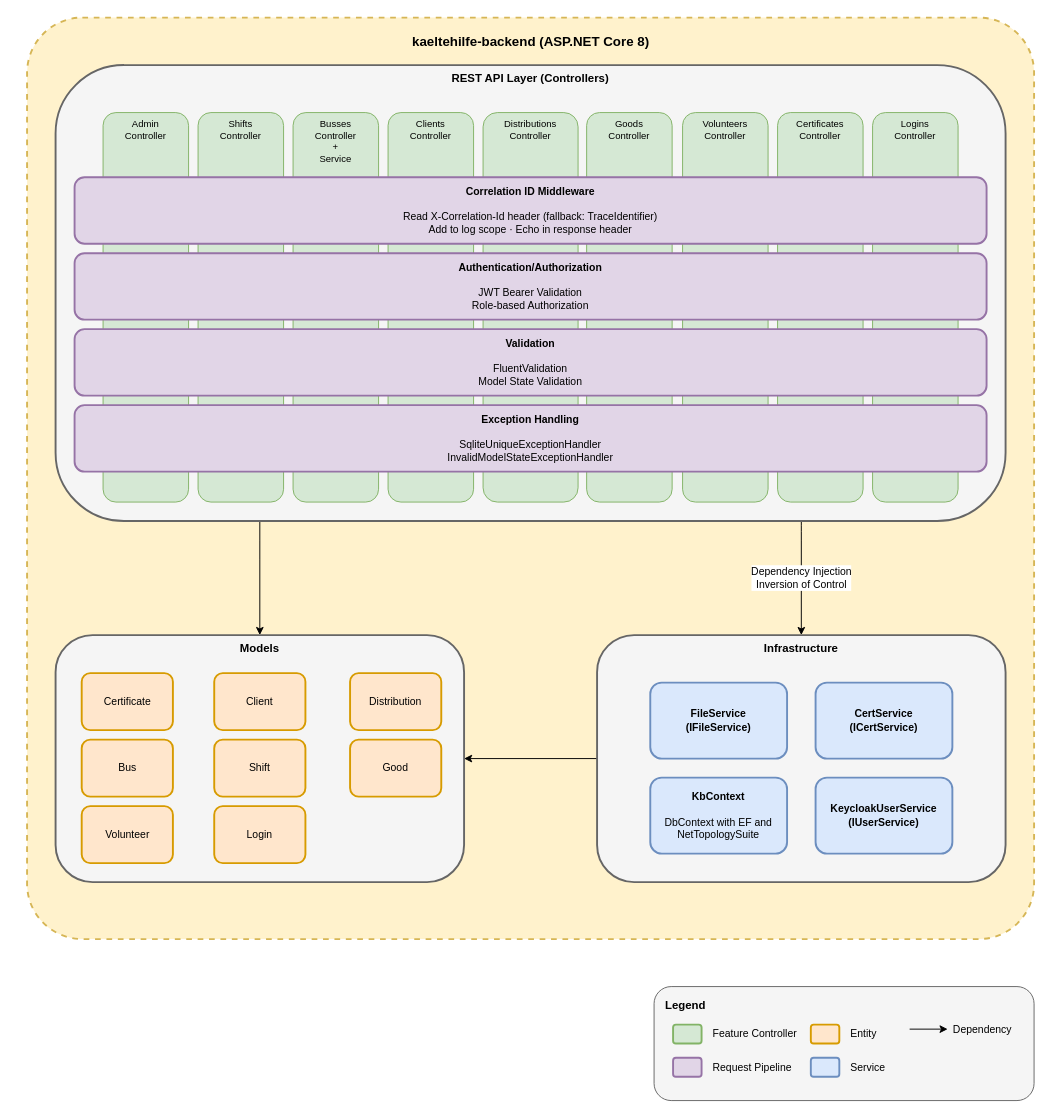
This is docs/img/architecture/4_whitebox_backend.drawio from Businesskasper/kaeltehilfe, a draw.io file, before an edit. Source tidied: cells renumbered, new cells numbered last; positions are measured from the earlier drawing's top-left corner, leaving out a move shared by most shapes. Both pictures are drawn from the tidied source at 95%, with x=0, y=0 at pixel (27, 17).
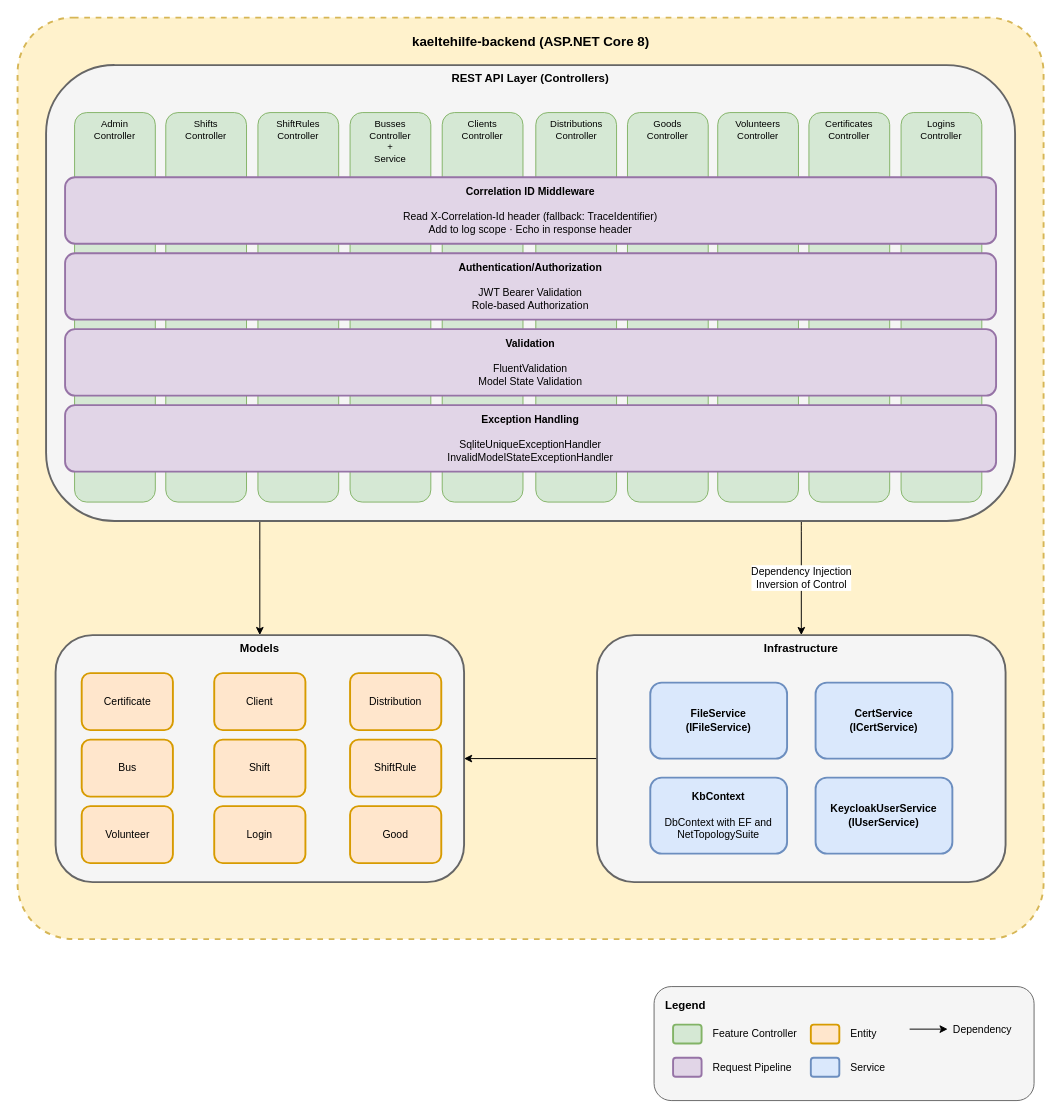
The same diagram, later.

The edit, as a diff of the source:
```diff
@@
     <mxCell id="2" style="rounded=1;whiteSpace=wrap;html=1;fillColor=#fff2cc;strokeColor=#d6b656;strokeWidth=2;dashed=1;arcSize=6;" parent="1" vertex="1">
-      <mxGeometry width="1060" height="970" as="geometry" />
+      <mxGeometry x="-10" width="1080" height="970" as="geometry" />
     </mxCell>
@@
     <mxCell id="6" value="&lt;b&gt;REST API Layer (Controllers)&lt;/b&gt;" style="rounded=1;whiteSpace=wrap;html=1;fillColor=#f5f5f5;strokeColor=#666666;strokeWidth=2;fontSize=12;verticalAlign=top;" parent="1" vertex="1">
-      <mxGeometry x="30" y="50" width="1000" height="480" as="geometry" />
+      <mxGeometry x="20" y="50" width="1020" height="480" as="geometry" />
     </mxCell>
     <mxCell id="7" value="Admin&lt;br&gt;Controller" style="rounded=1;whiteSpace=wrap;html=1;fillColor=#d5e8d4;strokeColor=#82b366;fontSize=10;verticalAlign=top;" parent="1" vertex="1">
-      <mxGeometry x="80" y="100" width="90" height="410" as="geometry" />
+      <mxGeometry x="50" y="100" width="85" height="410" as="geometry" />
     </mxCell>
     <mxCell id="8" value="Shifts&lt;br&gt;Controller" style="rounded=1;whiteSpace=wrap;html=1;fillColor=#d5e8d4;strokeColor=#82b366;fontSize=10;verticalAlign=top;" parent="1" vertex="1">
-      <mxGeometry x="180" y="100" width="90" height="410" as="geometry" />
+      <mxGeometry x="146" y="100" width="85" height="410" as="geometry" />
     </mxCell>
     <mxCell id="9" value="Busses&lt;br&gt;Controller&lt;br&gt;+&lt;br&gt;Service" style="rounded=1;whiteSpace=wrap;html=1;fillColor=#d5e8d4;strokeColor=#82b366;fontSize=10;verticalAlign=top;" parent="1" vertex="1">
-      <mxGeometry x="280" y="100" width="90" height="410" as="geometry" />
+      <mxGeometry x="340" y="100" width="85" height="410" as="geometry" />
     </mxCell>
     <mxCell id="10" value="Clients&lt;br&gt;Controller" style="rounded=1;whiteSpace=wrap;html=1;fillColor=#d5e8d4;strokeColor=#82b366;fontSize=10;verticalAlign=top;" parent="1" vertex="1">
-      <mxGeometry x="380" y="100" width="90" height="410" as="geometry" />
+      <mxGeometry x="437" y="100" width="85" height="410" as="geometry" />
     </mxCell>
     <mxCell id="11" value="Distributions&lt;br&gt;Controller" style="rounded=1;whiteSpace=wrap;html=1;fillColor=#d5e8d4;strokeColor=#82b366;fontSize=10;verticalAlign=top;" parent="1" vertex="1">
-      <mxGeometry x="480" y="100" width="100" height="410" as="geometry" />
+      <mxGeometry x="535.5" y="100" width="85" height="410" as="geometry" />
     </mxCell>
     <mxCell id="12" value="Goods&lt;br&gt;Controller" style="rounded=1;whiteSpace=wrap;html=1;fillColor=#d5e8d4;strokeColor=#82b366;fontSize=10;verticalAlign=top;" parent="1" vertex="1">
-      <mxGeometry x="589" y="100" width="90" height="410" as="geometry" />
+      <mxGeometry x="632" y="100" width="85" height="410" as="geometry" />
     </mxCell>
     <mxCell id="13" value="Volunteers&lt;br&gt;Controller" style="rounded=1;whiteSpace=wrap;html=1;fillColor=#d5e8d4;strokeColor=#82b366;fontSize=10;verticalAlign=top;" parent="1" vertex="1">
-      <mxGeometry x="690" y="100" width="90" height="410" as="geometry" />
+      <mxGeometry x="727" y="100" width="85" height="410" as="geometry" />
     </mxCell>
     <mxCell id="14" value="Logins&lt;br&gt;Controller" style="rounded=1;whiteSpace=wrap;html=1;fillColor=#d5e8d4;strokeColor=#82b366;fontSize=10;verticalAlign=top;" parent="1" vertex="1">
-      <mxGeometry x="890" y="100" width="90" height="410" as="geometry" />
+      <mxGeometry x="920" y="100" width="85" height="410" as="geometry" />
     </mxCell>
     <mxCell id="15" value="Certificates&lt;br&gt;Controller" style="rounded=1;whiteSpace=wrap;html=1;fillColor=#d5e8d4;strokeColor=#82b366;fontSize=10;verticalAlign=top;" parent="1" vertex="1">
-      <mxGeometry x="790" y="100" width="90" height="410" as="geometry" />
+      <mxGeometry x="823" y="100" width="85" height="410" as="geometry" />
     </mxCell>
-    <mxCell id="16" value="&lt;b&gt;Correlation ID Middleware&lt;/b&gt;&lt;br&gt;&lt;br&gt;Read X-Correlation-Id header (fallback: TraceIdentifier)&lt;br&gt;Add to log scope · Echo in response header" style="rounded=1;whiteSpace=wrap;html=1;fillColor=#e1d5e7;strokeColor=#9673a6;strokeWidth=2;fontSize=11;" parent="1" vertex="1">
-      <mxGeometry x="50" y="168" width="960" height="70" as="geometry" />
-    </mxCell>
-    <mxCell id="17" value="&lt;b&gt;Authentication/Authorization&lt;/b&gt;&lt;br&gt;&lt;br&gt;JWT Bearer Validation&lt;br&gt;Role-based Authorization" style="rounded=1;whiteSpace=wrap;html=1;fillColor=#e1d5e7;strokeColor=#9673a6;strokeWidth=2;fontSize=11;" parent="1" vertex="1">
-      <mxGeometry x="50" y="248" width="960" height="70" as="geometry" />
-    </mxCell>
-    <mxCell id="18" value="&lt;b&gt;Validation&lt;/b&gt;&lt;br&gt;&lt;br&gt;FluentValidation&lt;br&gt;Model State Validation" style="rounded=1;whiteSpace=wrap;html=1;fillColor=#e1d5e7;strokeColor=#9673a6;strokeWidth=2;fontSize=11;" parent="1" vertex="1">
-      <mxGeometry x="50" y="328" width="960" height="70" as="geometry" />
-    </mxCell>
-    <mxCell id="19" value="&lt;b&gt;Exception Handling&lt;/b&gt;&lt;br&gt;&lt;br&gt;SqliteUniqueExceptionHandler&lt;br&gt;InvalidModelStateExceptionHandler" style="rounded=1;whiteSpace=wrap;html=1;fillColor=#e1d5e7;strokeColor=#9673a6;strokeWidth=2;fontSize=11;" parent="1" vertex="1">
-      <mxGeometry x="50" y="408" width="960" height="70" as="geometry" />
-    </mxCell>
@@
-    <mxCell id="30" value="Good" style="rounded=1;whiteSpace=wrap;html=1;fillColor=#ffe6cc;strokeColor=#d79b00;strokeWidth=2;fontSize=11;" parent="1" vertex="1">
+    <mxCell id="30" value="ShiftRule" style="rounded=1;whiteSpace=wrap;html=1;fillColor=#ffe6cc;strokeColor=#d79b00;strokeWidth=2;fontSize=11;" parent="1" vertex="1">
       <mxGeometry x="340" y="760" width="96" height="60" as="geometry" />
     </mxCell>
@@
+    <mxCell id="48" value="Good" style="rounded=1;whiteSpace=wrap;html=1;fillColor=#ffe6cc;strokeColor=#d79b00;strokeWidth=2;fontSize=11;" parent="1" vertex="1">
+      <mxGeometry x="340" y="830" width="96" height="60" as="geometry" />
+    </mxCell>
+    <mxCell id="49" value="ShiftRules&lt;br&gt;Controller" style="rounded=1;whiteSpace=wrap;html=1;fillColor=#d5e8d4;strokeColor=#82b366;fontSize=10;verticalAlign=top;" parent="1" vertex="1">
+      <mxGeometry x="243" y="100" width="85" height="410" as="geometry" />
+    </mxCell>
+    <mxCell id="16" value="&lt;b&gt;Correlation ID Middleware&lt;/b&gt;&lt;br&gt;&lt;br&gt;Read X-Correlation-Id header (fallback: TraceIdentifier)&lt;br&gt;Add to log scope · Echo in response header" style="rounded=1;whiteSpace=wrap;html=1;fillColor=#e1d5e7;strokeColor=#9673a6;strokeWidth=2;fontSize=11;" parent="1" vertex="1">
+      <mxGeometry x="40" y="168" width="980" height="70" as="geometry" />
+    </mxCell>
+    <mxCell id="17" value="&lt;b&gt;Authentication/Authorization&lt;/b&gt;&lt;br&gt;&lt;br&gt;JWT Bearer Validation&lt;br&gt;Role-based Authorization" style="rounded=1;whiteSpace=wrap;html=1;fillColor=#e1d5e7;strokeColor=#9673a6;strokeWidth=2;fontSize=11;" parent="1" vertex="1">
+      <mxGeometry x="40" y="248" width="980" height="70" as="geometry" />
+    </mxCell>
+    <mxCell id="18" value="&lt;b&gt;Validation&lt;/b&gt;&lt;br&gt;&lt;br&gt;FluentValidation&lt;br&gt;Model State Validation" style="rounded=1;whiteSpace=wrap;html=1;fillColor=#e1d5e7;strokeColor=#9673a6;strokeWidth=2;fontSize=11;" parent="1" vertex="1">
+      <mxGeometry x="40" y="328" width="980" height="70" as="geometry" />
+    </mxCell>
+    <mxCell id="19" value="&lt;b&gt;Exception Handling&lt;/b&gt;&lt;br&gt;&lt;br&gt;SqliteUniqueExceptionHandler&lt;br&gt;InvalidModelStateExceptionHandler" style="rounded=1;whiteSpace=wrap;html=1;fillColor=#e1d5e7;strokeColor=#9673a6;strokeWidth=2;fontSize=11;" parent="1" vertex="1">
+      <mxGeometry x="40" y="408" width="980" height="70" as="geometry" />
+    </mxCell>
```
